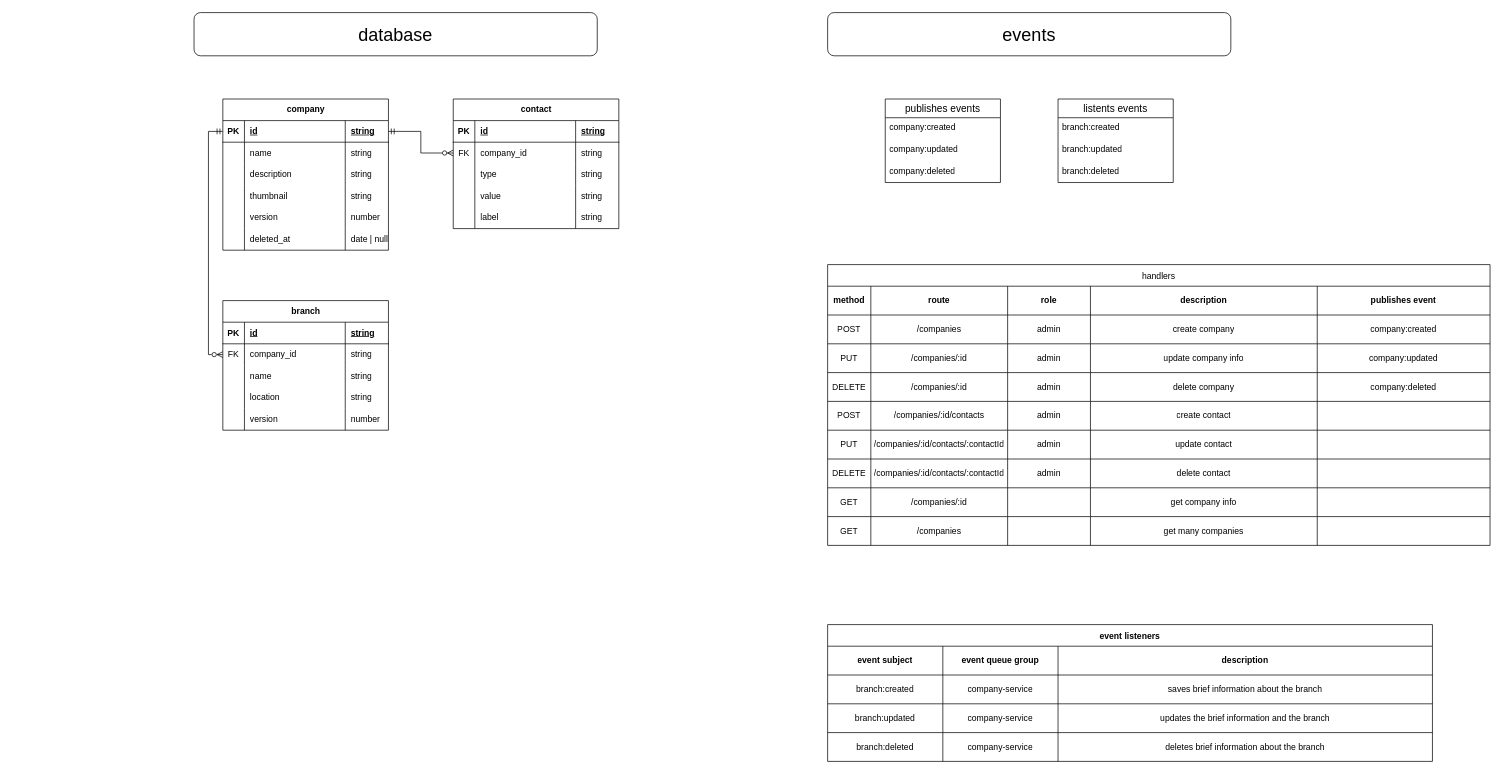
ernurQ/eat-web-diagrams keeps this draw.io diagram as page "company" (6 of 11) of app.drawio. Above is the earlier version. Source tidied: cells renumbered, new cells numbered last; positions are measured from the earlier drawing's top-left corner, leaving out a move shared by most shapes. Both pictures are drawn from the tidied source at 72%, with x=0, y=0 at pixel (194, 12).
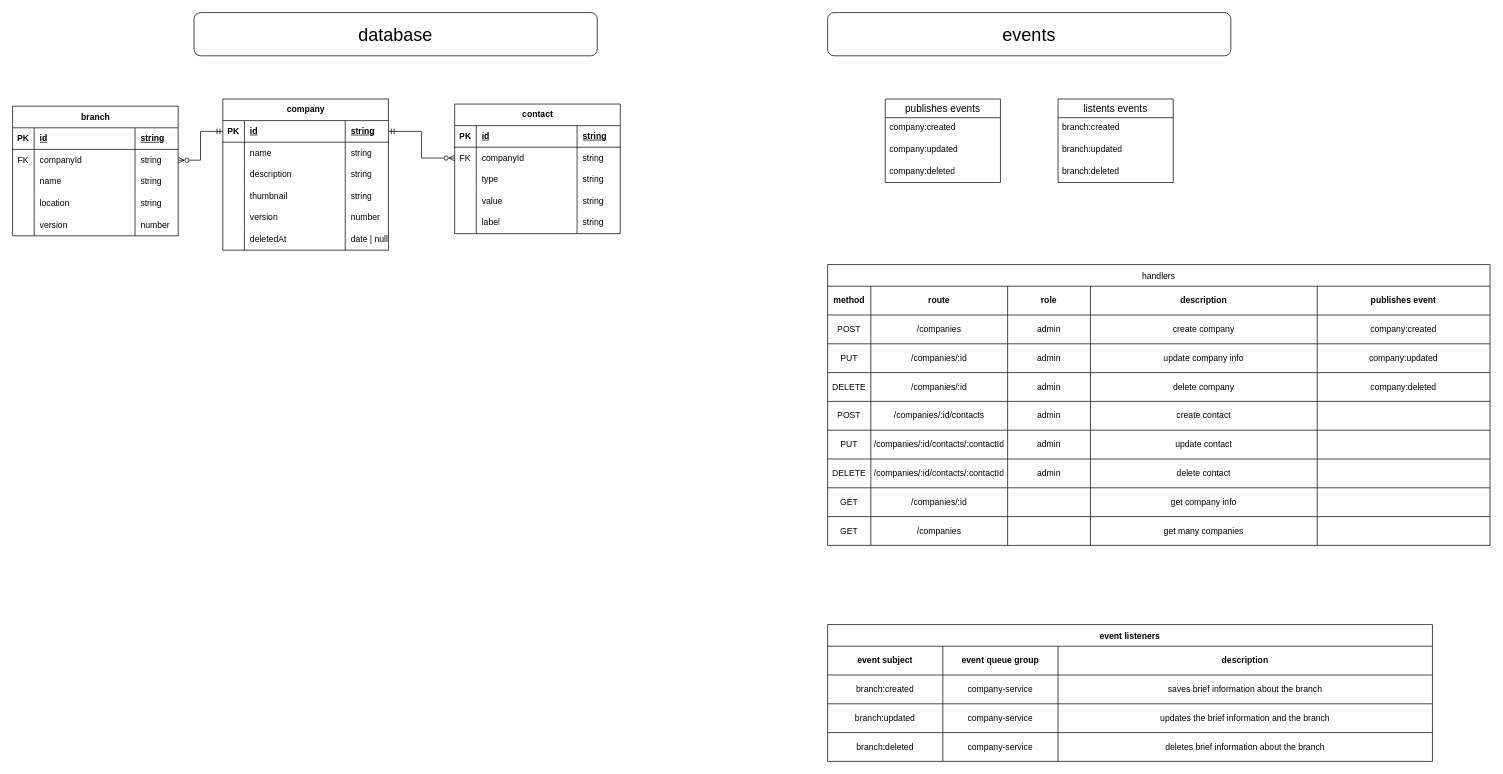
The same diagram, later.

Unchanged cells that the change refers to:
```xml
<mxCell id="23" style="shape=tableRow;horizontal=0;startSize=0;swimlaneHead=0;swimlaneBody=0;fillColor=none;top=0;left=0;right=0;bottom=0;" parent="2" vertex="1">
  <mxGeometry y="180" width="230" height="30" as="geometry" />
</mxCell>
<mxCell id="32" style="shape=tableRow;horizontal=0;startSize=0;swimlaneHead=0;swimlaneBody=0;fillColor=none;points=[[0,0.5],[1,0.5]];portConstraint=eastwest;top=0;left=0;right=0;bottom=0;" parent="27" vertex="1">
  <mxGeometry y="60" width="230" height="30" as="geometry" />
</mxCell>
<mxCell id="136" style="shape=tableRow;horizontal=0;startSize=0;swimlaneHead=0;swimlaneBody=0;fillColor=none;points=[[0,0.5],[1,0.5]];portConstraint=eastwest;top=0;left=0;right=0;bottom=0;" parent="131" vertex="1">
  <mxGeometry y="60" width="230" height="30" as="geometry" />
</mxCell>
```

What changed in the source:
```diff
@@
-    <mxCell id="25" value="deleted_at" style="shape=partialRectangle;fillColor=none;top=0;left=0;bottom=0;right=0;align=left;spacingLeft=6;overflow=hidden;whiteSpace=wrap;html=1;" parent="23" vertex="1">
+    <mxCell id="25" value="deletedAt" style="shape=partialRectangle;fillColor=none;top=0;left=0;bottom=0;right=0;align=left;spacingLeft=6;overflow=hidden;whiteSpace=wrap;html=1;" parent="23" vertex="1">
       <mxGeometry x="30" width="140" height="30" as="geometry" />
     </mxCell>
@@
     <mxCell id="27" value="branch" style="shape=table;startSize=30;childLayout=tableLayout;rowLines=0;fontStyle=1;align=center;html=1;" parent="1" vertex="1">
-      <mxGeometry x="40" y="400" width="230" height="180" as="geometry" />
+      <mxGeometry x="-252" y="130" width="230" height="180" as="geometry" />
     </mxCell>
@@
-    <mxCell id="34" value="company_id" style="shape=partialRectangle;fillColor=none;top=0;left=0;bottom=0;right=0;align=left;spacingLeft=6;overflow=hidden;whiteSpace=wrap;html=1;" parent="32" vertex="1">
+    <mxCell id="34" value="companyId" style="shape=partialRectangle;fillColor=none;top=0;left=0;bottom=0;right=0;align=left;spacingLeft=6;overflow=hidden;whiteSpace=wrap;html=1;" parent="32" vertex="1">
       <mxGeometry x="30" width="140" height="30" as="geometry" />
     </mxCell>
@@
     <mxCell id="131" value="contact" style="shape=table;startSize=30;childLayout=tableLayout;rowLines=0;fontStyle=1;align=center;html=1;" parent="1" vertex="1">
-      <mxGeometry x="360" y="120" width="230" height="180" as="geometry" />
+      <mxGeometry x="362" y="127" width="230" height="180" as="geometry" />
     </mxCell>
@@
-    <mxCell id="138" value="company_id" style="shape=partialRectangle;fillColor=none;top=0;left=0;bottom=0;right=0;align=left;spacingLeft=6;overflow=hidden;whiteSpace=wrap;html=1;" parent="136" vertex="1">
+    <mxCell id="138" value="companyId" style="shape=partialRectangle;fillColor=none;top=0;left=0;bottom=0;right=0;align=left;spacingLeft=6;overflow=hidden;whiteSpace=wrap;html=1;" parent="136" vertex="1">
       <mxGeometry x="30" width="140" height="30" as="geometry" />
     </mxCell>
```
